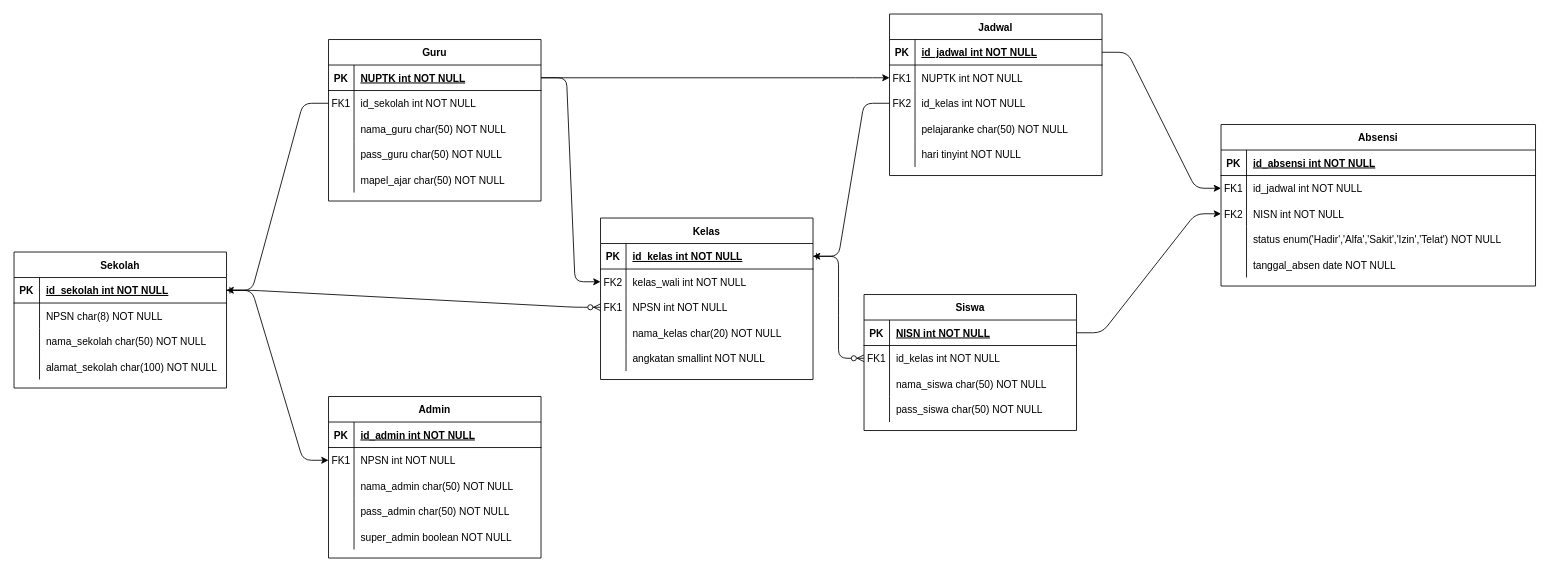
Sacrit38/CPP-Ponggame keeps this draw.io diagram as ERDAbsensi.drawio. Above is the earlier version. Source tidied: cells renumbered, new cells numbered last; positions are measured from the earlier drawing's top-left corner, leaving out a move shared by most shapes. Both pictures are drawn from the tidied source at 85%, with x=0, y=0 at pixel (14, 14).
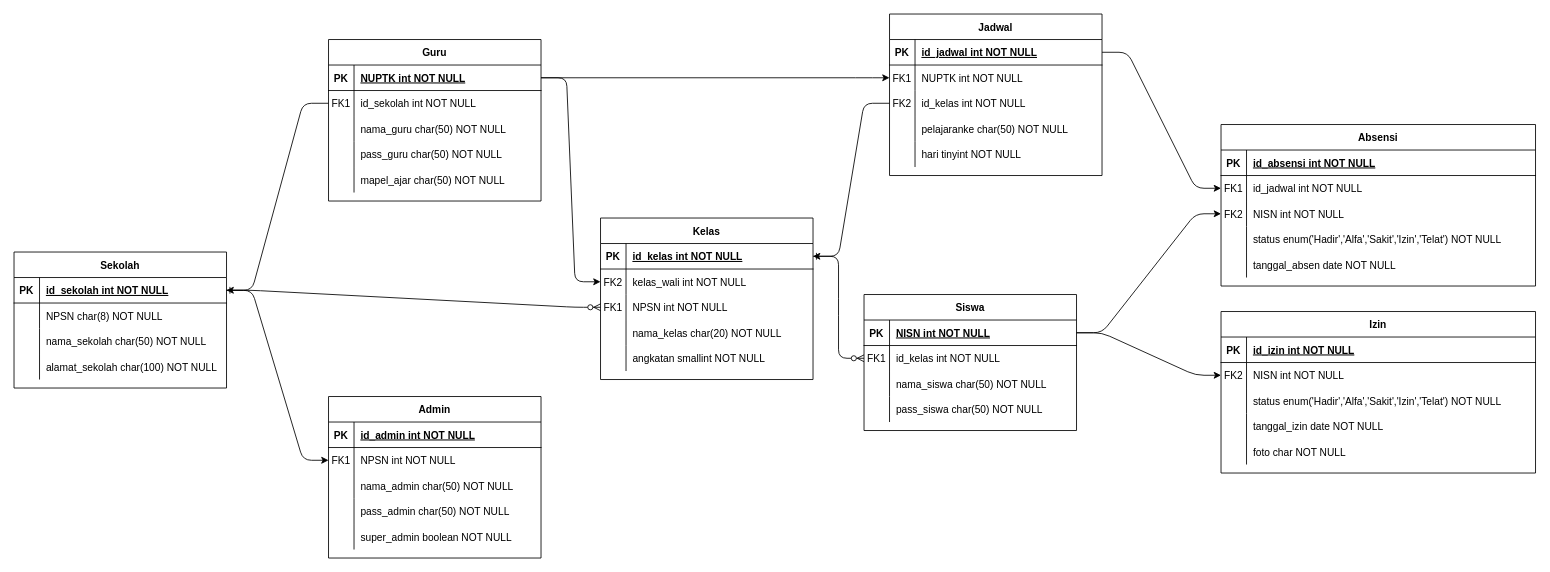
The same diagram, later.

The change refers to these unchanged cells:
```xml
<mxCell id="21" style="shape=partialRectangle;fillColor=none;points=[[0,0.5],[1,0.5]];portConstraint=eastwest;top=0;left=0;right=0;bottom=1;" parent="20" vertex="1">
  <mxGeometry y="30" width="250" height="30" as="geometry" />
</mxCell>
```

Diff of the diagram source:
```diff
@@
+    <mxCell id="117" value="Izin" style="shape=table;startSize=30;childLayout=tableLayout;rowLines=0;fontStyle=1;align=center;" parent="1" vertex="1">
+      <mxGeometry x="1420" y="350" width="370" height="190" as="geometry" />
+    </mxCell>
+    <mxCell id="118" style="shape=partialRectangle;fillColor=none;top=0;left=0;right=0;bottom=1;" parent="117" vertex="1">
+      <mxGeometry y="30" width="370" height="30" as="geometry" />
+    </mxCell>
+    <mxCell id="119" value="PK" style="shape=partialRectangle;overflow=hidden;fillColor=none;top=0;left=0;bottom=0;right=0;fontStyle=1;" parent="118" vertex="1">
+      <mxGeometry width="30" height="30" as="geometry" />
+    </mxCell>
+    <mxCell id="120" value="id_izin int NOT NULL " style="shape=partialRectangle;overflow=hidden;fillColor=none;top=0;left=0;bottom=0;right=0;align=left;spacingLeft=6;fontStyle=5;" parent="118" vertex="1">
+      <mxGeometry x="30" width="340" height="30" as="geometry" />
+    </mxCell>
+    <mxCell id="121" style="shape=partialRectangle;fillColor=none;points=[[0,0.5],[1,0.5]];portConstraint=eastwest;top=0;left=0;right=0;bottom=0;" parent="117" vertex="1">
+      <mxGeometry y="60" width="370" height="30" as="geometry" />
+    </mxCell>
+    <mxCell id="122" value="FK2" style="shape=partialRectangle;overflow=hidden;fillColor=none;top=0;left=0;bottom=0;right=0;" parent="121" vertex="1">
+      <mxGeometry width="30" height="30" as="geometry" />
+    </mxCell>
+    <mxCell id="123" value="NISN int NOT NULL" style="shape=partialRectangle;overflow=hidden;fillColor=none;top=0;left=0;bottom=0;right=0;align=left;spacingLeft=6;" parent="121" vertex="1">
+      <mxGeometry x="30" width="340" height="30" as="geometry" />
+    </mxCell>
+    <mxCell id="124" style="shape=partialRectangle;fillColor=none;top=0;left=0;right=0;bottom=0;" parent="117" vertex="1">
+      <mxGeometry y="90" width="370" height="30" as="geometry" />
+    </mxCell>
+    <mxCell id="125" style="shape=partialRectangle;overflow=hidden;fillColor=none;top=0;left=0;bottom=0;right=0;" parent="124" vertex="1">
+      <mxGeometry width="30" height="30" as="geometry" />
+    </mxCell>
+    <mxCell id="126" value="status enum('Hadir','Alfa','Sakit','Izin','Telat') NOT NULL" style="shape=partialRectangle;overflow=hidden;fillColor=none;top=0;left=0;bottom=0;right=0;align=left;spacingLeft=6;" parent="124" vertex="1">
+      <mxGeometry x="30" width="340" height="30" as="geometry" />
+    </mxCell>
+    <mxCell id="127" style="shape=partialRectangle;fillColor=none;top=0;left=0;right=0;bottom=0;" parent="117" vertex="1">
+      <mxGeometry y="120" width="370" height="30" as="geometry" />
+    </mxCell>
+    <mxCell id="128" style="shape=partialRectangle;overflow=hidden;fillColor=none;top=0;left=0;bottom=0;right=0;" parent="127" vertex="1">
+      <mxGeometry width="30" height="30" as="geometry" />
+    </mxCell>
+    <mxCell id="129" value="tanggal_izin date NOT NULL" style="shape=partialRectangle;overflow=hidden;fillColor=none;top=0;left=0;bottom=0;right=0;align=left;spacingLeft=6;" parent="127" vertex="1">
+      <mxGeometry x="30" width="340" height="30" as="geometry" />
+    </mxCell>
+    <mxCell id="130" style="shape=partialRectangle;fillColor=none;top=0;left=0;right=0;bottom=0;" parent="117" vertex="1">
+      <mxGeometry y="150" width="370" height="30" as="geometry" />
+    </mxCell>
+    <mxCell id="131" style="shape=partialRectangle;overflow=hidden;fillColor=none;top=0;left=0;bottom=0;right=0;" parent="130" vertex="1">
+      <mxGeometry width="30" height="30" as="geometry" />
+    </mxCell>
+    <mxCell id="132" value="foto char NOT NULL" style="shape=partialRectangle;overflow=hidden;fillColor=none;top=0;left=0;bottom=0;right=0;align=left;spacingLeft=6;" parent="130" vertex="1">
+      <mxGeometry x="30" width="340" height="30" as="geometry" />
+    </mxCell>
+    <mxCell id="133" style="edgeStyle=entityRelationEdgeStyle;rounded=1;jettySize=auto;html=1;" parent="1" edge="1" source="21" target="121">
+      <mxGeometry relative="1" as="geometry">
+        <Array as="points">
+          <mxPoint x="1400" y="540" />
+          <mxPoint x="1490" y="520" />
+          <mxPoint x="1340" y="420" />
+          <mxPoint x="1650" y="445" />
+          <mxPoint x="1620" y="450" />
+          <mxPoint x="1460" y="460" />
+          <mxPoint x="1380" y="570" />
+        </Array>
+      </mxGeometry>
+    </mxCell>
```
